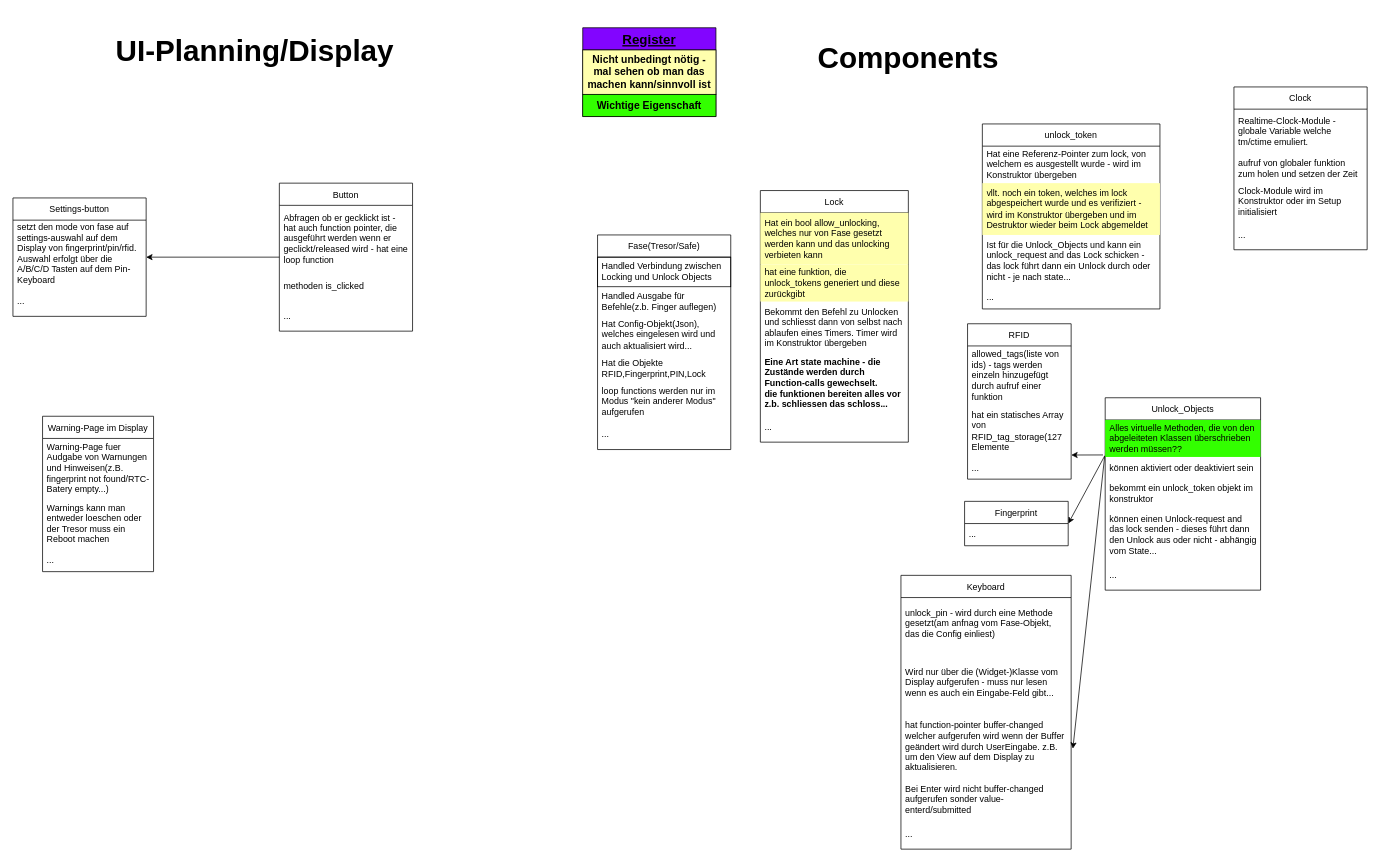
Above: page "grobe Strukturierung" (1 of 2) of first draft.drawio in Jair-F/Safe (draw.io), before the change. Source tidied: cells renumbered, new cells numbered last; positions are measured from the earlier drawing's top-left corner, leaving out a move shared by most shapes. Both pictures are drawn from the tidied source at 74%, with x=0, y=0 at pixel (13, 13).
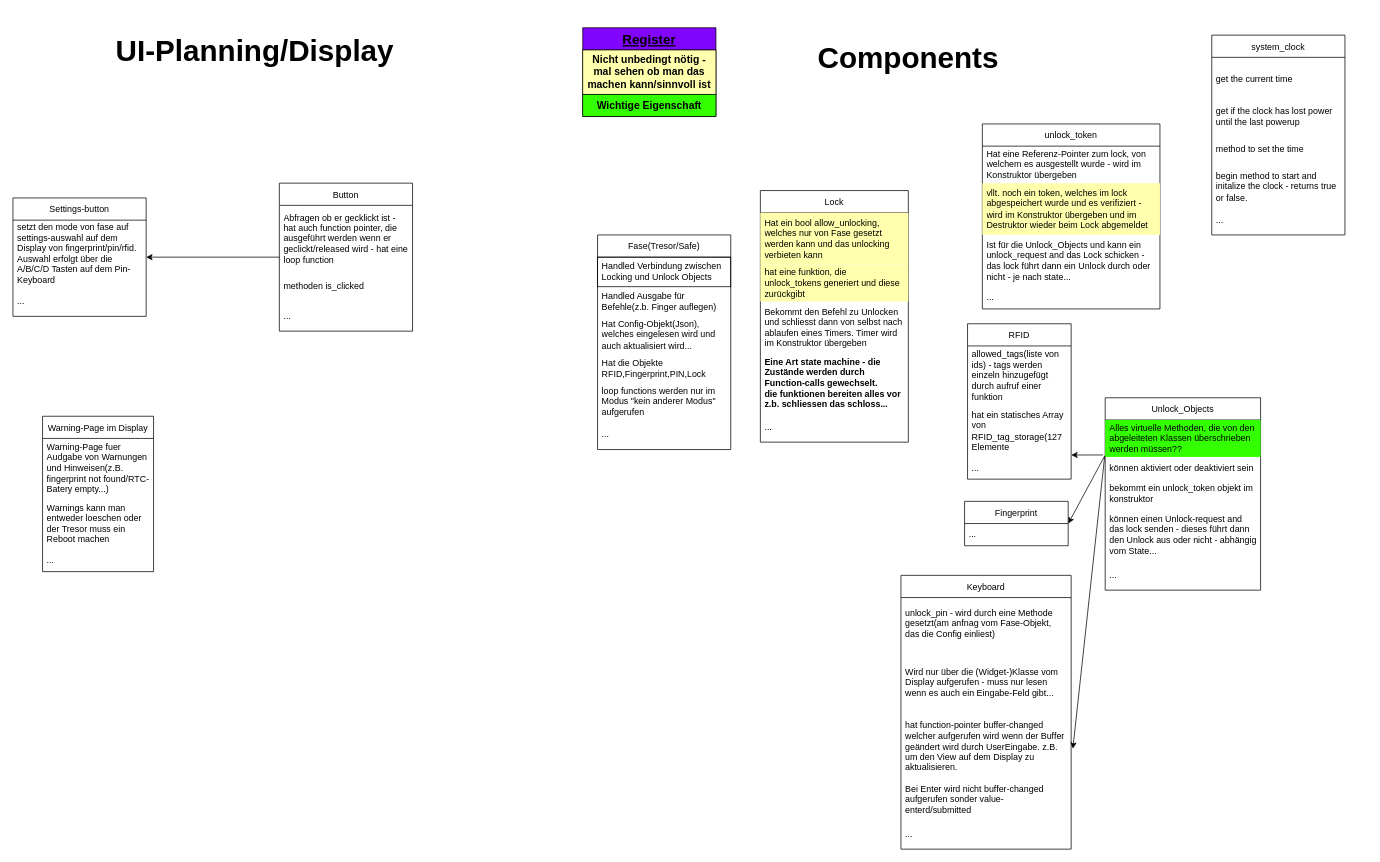
The same diagram, later.

Diff of the diagram source:
```diff
@@
-    <mxCell id="51" value="Clock" style="swimlane;fontStyle=0;horizontal=1;startSize=30;" parent="1" vertex="1">
-      <mxGeometry x="1650" y="100" width="180" height="220" as="geometry" />
+    <mxCell id="51" value="system_clock" style="swimlane;fontStyle=0;horizontal=1;startSize=30;" parent="1" vertex="1">
+      <mxGeometry x="1620" y="30" width="180" height="270" as="geometry" />
     </mxCell>
-    <mxCell id="52" value="Realtime-Clock-Module - globale Variable welche tm/ctime emuliert." style="text;strokeColor=none;fillColor=none;align=left;verticalAlign=middle;spacingLeft=4;spacingRight=4;overflow=hidden;labelBorderColor=none;labelBackgroundColor=none;whiteSpace=wrap;" parent="51" vertex="1">
+    <mxCell id="52" value="get the current time" style="text;strokeColor=none;fillColor=none;align=left;verticalAlign=middle;spacingLeft=4;spacingRight=4;overflow=hidden;labelBorderColor=none;labelBackgroundColor=none;whiteSpace=wrap;" parent="51" vertex="1">
       <mxGeometry y="30" width="180" height="60" as="geometry" />
     </mxCell>
-    <mxCell id="53" value="aufruf von globaler funktion zum holen und setzen der Zeit" style="text;strokeColor=none;fillColor=none;align=left;verticalAlign=middle;spacingLeft=4;spacingRight=4;overflow=hidden;labelBorderColor=none;labelBackgroundColor=none;whiteSpace=wrap;" parent="51" vertex="1">
+    <mxCell id="53" value="get if the clock has lost power until the last powerup" style="text;strokeColor=none;fillColor=none;align=left;verticalAlign=middle;spacingLeft=4;spacingRight=4;overflow=hidden;labelBorderColor=none;labelBackgroundColor=none;whiteSpace=wrap;" parent="51" vertex="1">
       <mxGeometry y="90" width="180" height="40" as="geometry" />
     </mxCell>
-    <mxCell id="54" value="Clock-Module wird im Konstruktor oder im Setup initialisiert" style="text;strokeColor=none;fillColor=none;align=left;verticalAlign=middle;spacingLeft=4;spacingRight=4;overflow=hidden;labelBorderColor=none;labelBackgroundColor=none;whiteSpace=wrap;" parent="51" vertex="1">
+    <mxCell id="54" value="method to set the time" style="text;strokeColor=none;fillColor=none;align=left;verticalAlign=middle;spacingLeft=4;spacingRight=4;overflow=hidden;labelBorderColor=none;labelBackgroundColor=none;whiteSpace=wrap;" parent="51" vertex="1">
       <mxGeometry y="130" width="180" height="50" as="geometry" />
     </mxCell>
-    <mxCell id="55" value="..." style="text;strokeColor=none;fillColor=none;align=left;verticalAlign=middle;spacingLeft=4;spacingRight=4;overflow=hidden;labelBorderColor=none;labelBackgroundColor=none;whiteSpace=wrap;" parent="51" vertex="1">
-      <mxGeometry y="180" width="180" height="40" as="geometry" />
+    <mxCell id="55" value="begin method to start and initalize the clock - returns true or false." style="text;strokeColor=none;fillColor=none;align=left;verticalAlign=middle;spacingLeft=4;spacingRight=4;overflow=hidden;labelBorderColor=none;labelBackgroundColor=none;whiteSpace=wrap;" parent="51" vertex="1">
+      <mxGeometry y="180" width="180" height="50" as="geometry" />
     </mxCell>
+    <mxCell id="62" value="..." style="text;strokeColor=none;fillColor=none;align=left;verticalAlign=middle;spacingLeft=4;spacingRight=4;overflow=hidden;labelBorderColor=none;labelBackgroundColor=none;whiteSpace=wrap;" parent="51" vertex="1">
+      <mxGeometry y="230" width="180" height="40" as="geometry" />
+    </mxCell>
```
